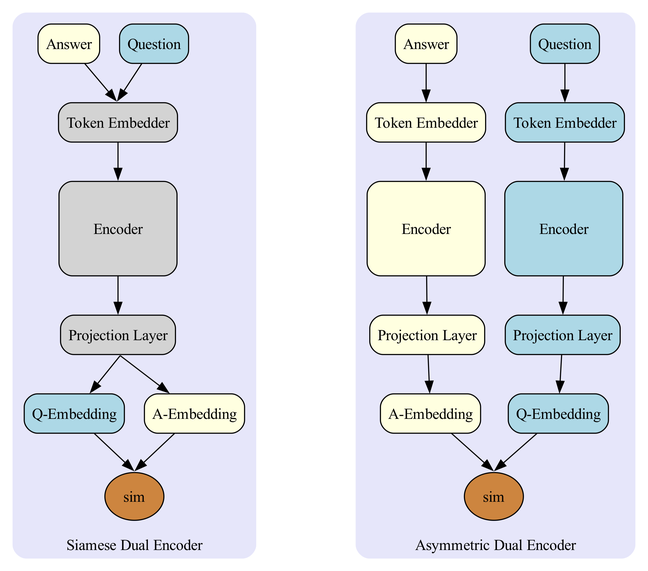
GaoangLiu/GaoangLiu.github.io keeps this Graphviz diagram as images/graphviz/2023/dual-encoders.png. Above is the earlier version. Its source is kept beside it as images/graphviz/2023/dual-encoders.dot.
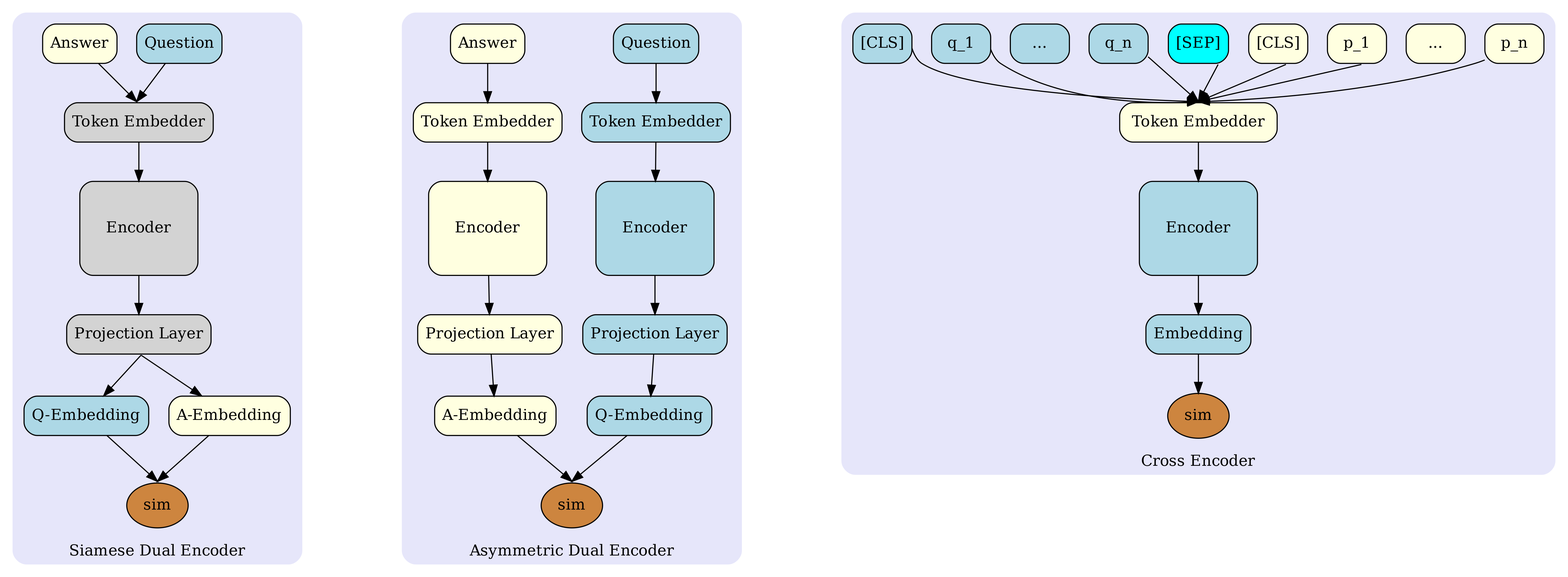
Later version of the same file.

The edit, as a diff of the source:
```diff
@@ -60,4 +60,42 @@
         style="filled,rounded"
         margin=10
     }
+
+    subgraph sub_hiddenxxx{
+        hiddenxxx[shape=none,label="",width=1, height=0, margin=0]
+    }
+
+    subgraph cluster_cross_encoder {
+        cls1[shape=box,style="filled,rounded",label="[CLS]",margin=0.1,fillcolor=lightblue]
+        q1[shape=box,style="filled,rounded",label="q_1",margin=0.1,fillcolor=lightblue]
+        qdots[shape=box,style="filled,rounded",label="...",margin=0.1,fillcolor=lightblue]
+        qn[shape=box,style="filled,rounded",label="q_n",margin=0.1,fillcolor=lightblue]
+
+        sep[shape=box,style="filled,rounded",label="[SEP]",margin=0.1,fillcolor=cyan]
+
+        cls2[shape=box,style="filled,rounded",label="[CLS]",margin=0.1,fillcolor=lightyellow]
+        p1[shape=box,style="filled,rounded",label="p_1",margin=0.1,fillcolor=lightyellow]
+        pdots[shape=box,style="filled,rounded",label="...",margin=0.1,fillcolor=lightyellow]
+        pn[shape=box,style="filled,rounded",label="p_n",margin=0.1,fillcolor=lightyellow]
+
+        token3[shape=box,style="rounded,filled",label="Token Embedder",margin=0.1,fillcolor=lightyellow,width=2]
+
+        encoder3[shape=box,style="rounded,filled",label="Encoder",margin=0.1,fillcolor=lightblue, height=1.2,width=1.5]
+
+        embedding3[shape=box,style="rounded,filled",label="Embedding",margin=0.1,fillcolor=lightblue]
+
+        sim3[shape=oval,label="sim",style="rounded,filled",margin=0.1,fillcolor=peru]
+
+        edge[samehead=h1, sametail=t1];
+
+        cls1->q1->qdots->qn->sep->cls2->p1->pdots->pn[style=invis];
+        {rank=same; cls1, q1, qdots, qn, sep, cls2, p1, pdots, pn};
+        {cls1, q1, qn, sep, cls2, p1, pn}->token3 ->encoder3->embedding3->sim3;
+
+        label="Cross Encoder"
+        labelloc=b
+        color=lavender
+        style="filled,rounded"
+        margin=10
+    }
 }
```
